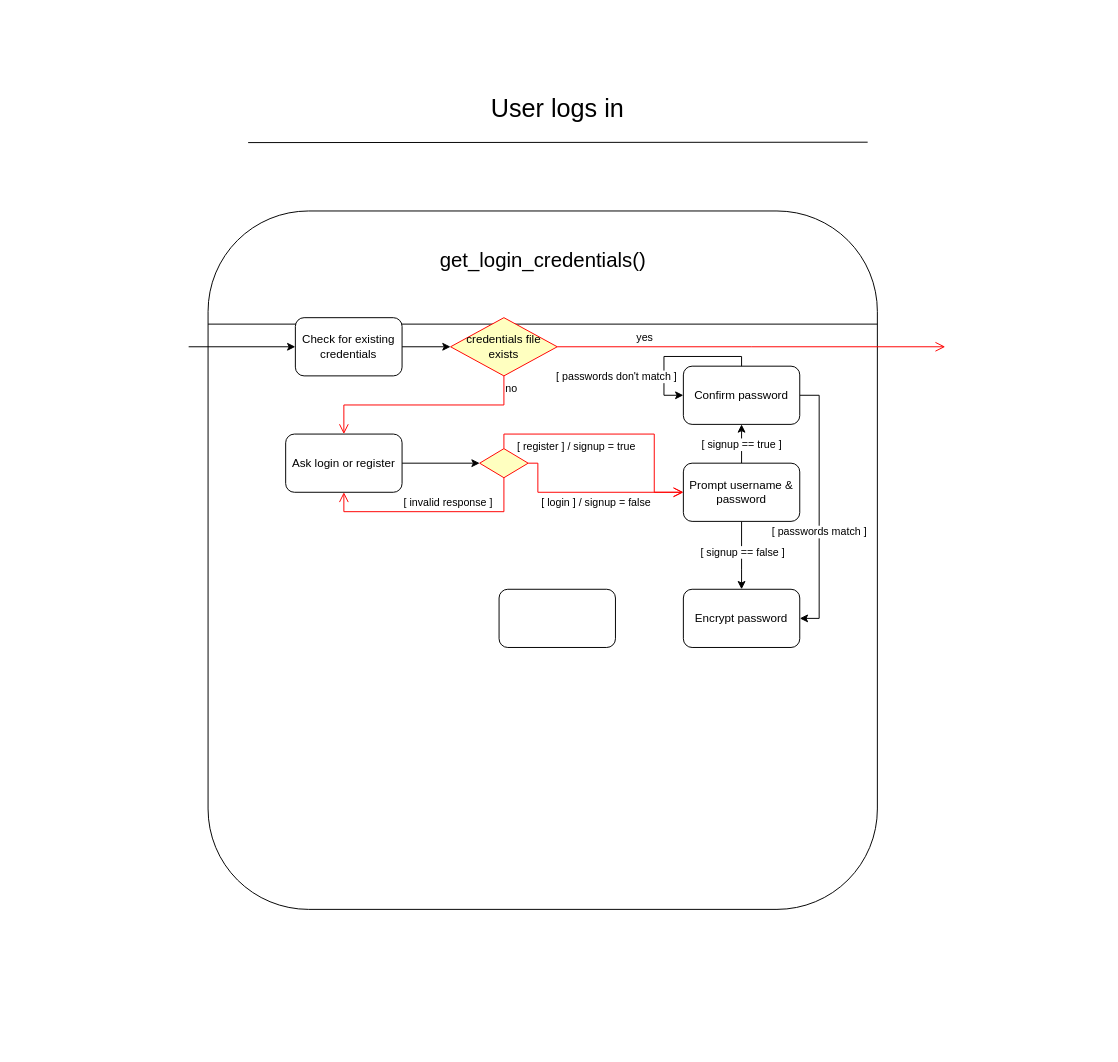
Arc891/HackerChat keeps this draw.io diagram as page "User logs in" (3 of 3) of Process.drawio. Above is the earlier version. Source tidied: cells renumbered, new cells numbered last; positions are measured from the earlier drawing's top-left corner, leaving out a move shared by most shapes. Both pictures are drawn from the tidied source at 97%, with x=0, y=0 at pixel (188, 89).
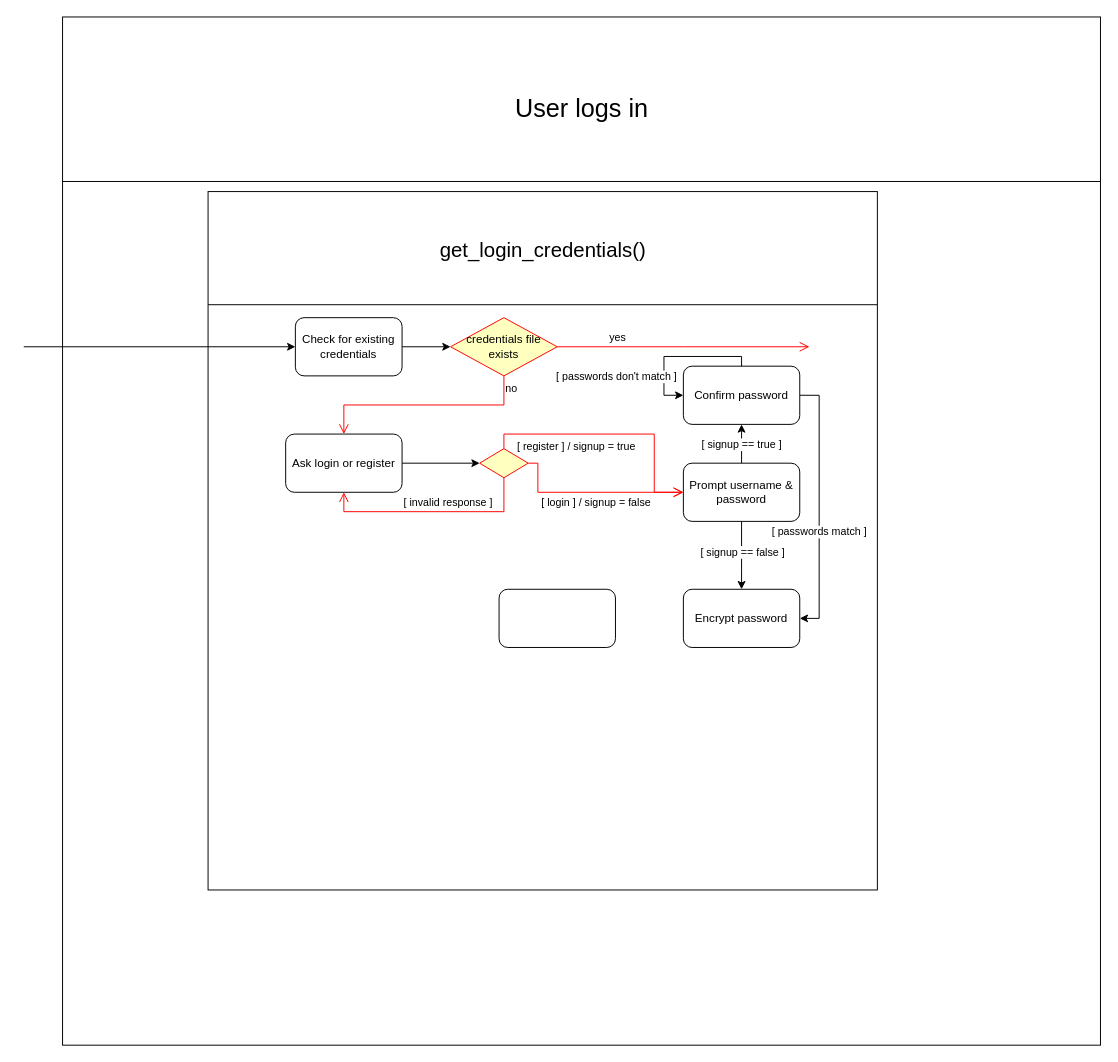
Above is the later version.

Unchanged cells that the change refers to:
```xml
<mxCell id="9" value="Check for existing credentials" style="rounded=1;whiteSpace=wrap;html=1;" parent="1" vertex="1">
  <mxGeometry x="110" y="235" width="110" height="60" as="geometry" />
</mxCell>
<mxCell id="10" value="credentials file exists" style="rhombus;whiteSpace=wrap;html=1;fontColor=#000000;fillColor=#ffffc0;strokeColor=#ff0000;" parent="1" vertex="1">
  <mxGeometry x="270" y="235" width="110" height="60" as="geometry" />
</mxCell>
```

Diff of the diagram source:
```diff
@@
+    <mxCell id="31" style="rounded=0;whiteSpace=wrap;html=1;glass=0;shadow=0;" parent="1" vertex="1">
+      <mxGeometry x="-130" y="-75" width="1070" height="1060" as="geometry" />
+    </mxCell>
-    <mxCell id="2" style="rounded=1;whiteSpace=wrap;html=1;" parent="1" vertex="1">
-      <mxGeometry x="20" y="125" width="690" height="720" as="geometry" />
+    <mxCell id="2" style="rounded=0;whiteSpace=wrap;html=1;flipH=0;flipV=0;" parent="1" vertex="1">
+      <mxGeometry x="20" y="105" width="690" height="720" as="geometry" />
     </mxCell>
     <mxCell id="3" style="endArrow=classic;html=1;rounded=0;entryX=0;entryY=0.5;entryDx=0;entryDy=0;" parent="1" edge="1" target="9">
       <mxGeometry relative="1" as="geometry">
-        <mxPoint y="265" as="sourcePoint" />
+        <mxPoint x="-170" y="265" as="sourcePoint" />
       </mxGeometry>
     </mxCell>
-    <mxCell id="4" style="endArrow=none;html=1;rounded=0;entryX=1;entryY=0.157;entryDx=0;entryDy=0;entryPerimeter=0;exitX=0.002;exitY=0.158;exitDx=0;exitDy=0;exitPerimeter=0;" parent="1" edge="1">
-      <mxGeometry relative="1" as="geometry">
-        <mxPoint x="61.3" y="54.5" as="sourcePoint" />
-        <mxPoint x="700" y="54.1" as="targetPoint" />
-      </mxGeometry>
+    <mxCell id="4" style="endArrow=none;html=1;rounded=0;entryX=1;entryY=0.16;entryDx=0;entryDy=0;entryPerimeter=0;exitX=0;exitY=0.16;exitDx=0;exitDy=0;exitPerimeter=0;" parent="1" edge="1" source="31" target="31">
+      <mxGeometry relative="1" as="geometry" />
     </mxCell>
     <mxCell id="5" value="&lt;font style=&quot;font-size: 26px;&quot;&gt;User logs in&lt;/font&gt;" style="text;html=1;align=center;verticalAlign=middle;strokeColor=none;fillColor=none;" parent="1" vertex="1">
-      <mxGeometry x="300" width="160" height="40" as="geometry" />
+      <mxGeometry x="325" width="160" height="40" as="geometry" />
     </mxCell>
@@
     <mxCell id="7" value="&lt;font style=&quot;font-size: 21px;&quot;&gt;get_login_credentials()&lt;/font&gt;" style="text;html=1;align=center;verticalAlign=middle;strokeColor=none;fillColor=none;" parent="1" vertex="1">
-      <mxGeometry x="245" y="155" width="240" height="40" as="geometry" />
+      <mxGeometry x="245" y="145" width="240" height="40" as="geometry" />
     </mxCell>
@@
     <mxCell id="11" value="yes" style="edgeStyle=orthogonalEdgeStyle;html=1;align=left;verticalAlign=bottom;endArrow=open;endSize=8;strokeColor=#ff0000;rounded=0;" parent="1" edge="1" source="10">
       <mxGeometry x="-0.6" relative="1" as="geometry">
-        <mxPoint x="780" y="265" as="targetPoint" />
+        <mxPoint x="640" y="265" as="targetPoint" />
       </mxGeometry>
     </mxCell>
```
